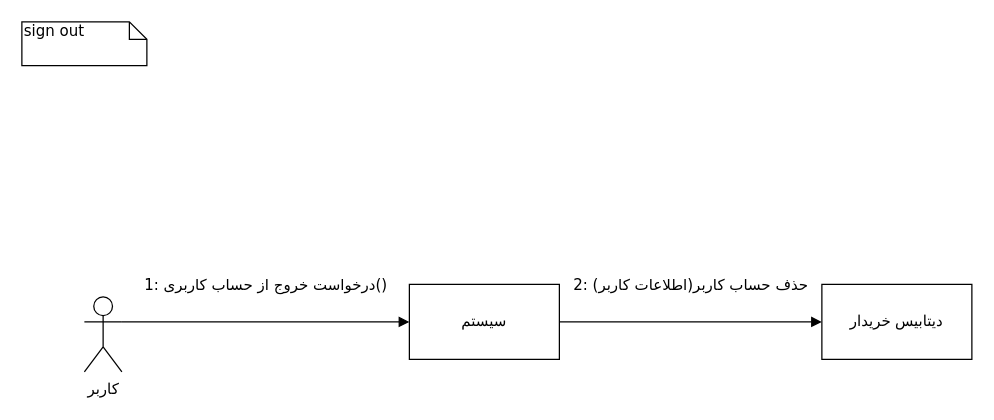
Earlier version of the draw.io diagram Behavioural Modeling/Communication Diagrams/customer_sign_out.drawio (khoramian/TahDig_SoftwareEngineering). Source tidied: cells renumbered, new cells numbered last; positions are measured from the earlier drawing's top-left corner, leaving out a move shared by most shapes. Both pictures are drawn from the tidied source at 125%, with x=0, y=0 at pixel (21, 21).
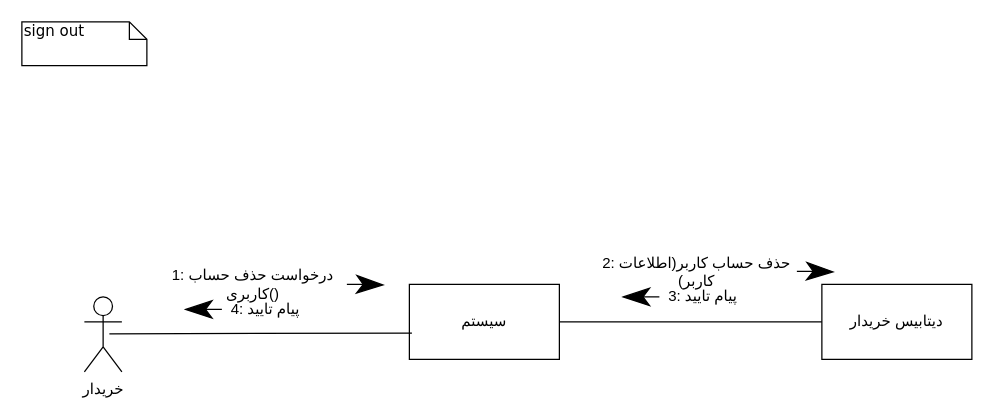
Above is the later version.

Unchanged cells that the change refers to:
```xml
<mxCell id="5" value="سیستم" style="rounded=0;whiteSpace=wrap;html=1;" parent="1" vertex="1">
  <mxGeometry x="310" y="210" width="120" height="60" as="geometry" />
</mxCell>
<mxCell id="7" value="دیتابیس خریدار" style="rounded=0;whiteSpace=wrap;html=1;" parent="1" vertex="1">
  <mxGeometry x="640" y="210" width="120" height="60" as="geometry" />
</mxCell>
```

What changed in the source:
```diff
@@
-    <mxCell id="2" value="1: درخواست خروج از حساب کاربری()" style="html=1;verticalAlign=bottom;endArrow=block;labelBackgroundColor=none;fontFamily=Verdana;fontSize=12;edgeStyle=elbowEdgeStyle;elbow=vertical;entryX=0;entryY=0.5;entryDx=0;entryDy=0;exitX=1;exitY=0.3333333333333333;exitDx=0;exitDy=0;exitPerimeter=0;" parent="1" edge="1" source="4" target="5">
-      <mxGeometry y="20" relative="1" as="geometry" />
-    </mxCell>
-    <mxCell id="3" value="2: حذف حساب کاربر(اطلاعات کاربر)" style="html=1;verticalAlign=bottom;endArrow=block;labelBackgroundColor=none;fontFamily=Verdana;fontSize=12;edgeStyle=elbowEdgeStyle;elbow=vertical;exitX=1;exitY=0.5;exitDx=0;exitDy=0;entryX=0;entryY=0.5;entryDx=0;entryDy=0;" parent="1" edge="1" source="5">
-      <mxGeometry y="20" relative="1" as="geometry">
-        <mxPoint x="640" y="240" as="targetPoint" />
-      </mxGeometry>
-    </mxCell>
-    <mxCell id="4" value="کاربر" style="shape=umlActor;verticalLabelPosition=bottom;verticalAlign=top;html=1;outlineConnect=0;" parent="1" vertex="1">
+    <mxCell id="4" value="خریدار" style="shape=umlActor;verticalLabelPosition=bottom;verticalAlign=top;html=1;outlineConnect=0;" parent="1" vertex="1">
       <mxGeometry x="50" y="220" width="30" height="60" as="geometry" />
     </mxCell>
@@
+    <mxCell id="8" value="1: درخواست حذف حساب کاربری()" style="text;html=1;strokeColor=none;fillColor=none;align=center;verticalAlign=middle;whiteSpace=wrap;rounded=0;" parent="1" vertex="1">
+      <mxGeometry x="110" y="200" width="150" height="20" as="geometry" />
+    </mxCell>
+    <mxCell id="9" style="endArrow=none;html=1;exitX=1;exitY=0.5;exitDx=0;exitDy=0;entryX=0;entryY=0.5;entryDx=0;entryDy=0;" parent="1" edge="1" source="5" target="7">
+      <mxGeometry relative="1" as="geometry" />
+    </mxCell>
+    <mxCell id="10" style="endArrow=none;html=1;exitX=1;exitY=0.5;exitDx=0;exitDy=0;entryX=0.017;entryY=0.65;entryDx=0;entryDy=0;entryPerimeter=0;" parent="1" edge="1" target="5">
+      <mxGeometry relative="1" as="geometry">
+        <mxPoint x="70" y="249.5" as="sourcePoint" />
+      </mxGeometry>
+    </mxCell>
+    <mxCell id="11" value="4: پیام تایید" style="text;html=1;strokeColor=none;fillColor=none;align=center;verticalAlign=middle;whiteSpace=wrap;rounded=0;" parent="1" vertex="1">
+      <mxGeometry x="130" y="220" width="130" height="20" as="geometry" />
+    </mxCell>
+    <mxCell id="12" value="3: پیام تایید" style="text;html=1;strokeColor=none;fillColor=none;align=center;verticalAlign=middle;whiteSpace=wrap;rounded=0;" parent="1" vertex="1">
+      <mxGeometry x="480" y="210" width="130" height="20" as="geometry" />
+    </mxCell>
+    <mxCell id="3" value="2: حذف حساب کاربر(اطلاعات کاربر)" style="text;html=1;strokeColor=none;fillColor=none;align=center;verticalAlign=middle;whiteSpace=wrap;rounded=0;" parent="1" vertex="1">
+      <mxGeometry x="450" y="190" width="180" height="20" as="geometry" />
+    </mxCell>
+    <mxCell id="13" style="endArrow=classicThin;html=1;strokeWidth=1;endSize=20;" parent="1" edge="1">
+      <mxGeometry relative="1" as="geometry">
+        <mxPoint x="620" y="199.5" as="sourcePoint" />
+        <mxPoint x="650" y="200" as="targetPoint" />
+        <Array as="points">
+          <mxPoint x="630" y="199.5" />
+        </Array>
+      </mxGeometry>
+    </mxCell>
+    <mxCell id="14" style="endArrow=classicThin;html=1;strokeWidth=1;endSize=20;entryX=0;entryY=0.5;entryDx=0;entryDy=0;" parent="1" edge="1" target="12">
+      <mxGeometry relative="1" as="geometry">
+        <mxPoint x="510" y="220" as="sourcePoint" />
+      </mxGeometry>
+    </mxCell>
+    <mxCell id="15" style="endArrow=classicThin;html=1;strokeWidth=1;endSize=20;" parent="1" edge="1">
+      <mxGeometry relative="1" as="geometry">
+        <mxPoint x="260" y="210" as="sourcePoint" />
+        <mxPoint x="290" y="210.5" as="targetPoint" />
+        <Array as="points">
+          <mxPoint x="270" y="210" />
+        </Array>
+      </mxGeometry>
+    </mxCell>
+    <mxCell id="16" style="endArrow=classicThin;html=1;strokeWidth=1;endSize=20;entryX=0;entryY=0.5;entryDx=0;entryDy=0;" parent="1" edge="1">
+      <mxGeometry relative="1" as="geometry">
+        <mxPoint x="160" y="230" as="sourcePoint" />
+        <mxPoint x="130" y="230" as="targetPoint" />
+      </mxGeometry>
+    </mxCell>
```
